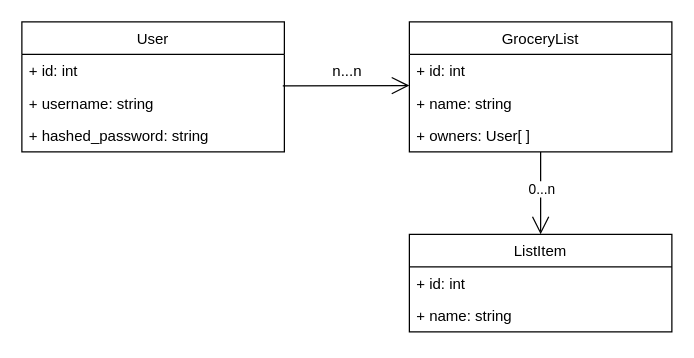
PBSW/Databases-For-Developers-Synopsis keeps this draw.io diagram as Domain/Domain UML.drawio. Above is the earlier version. Source tidied: cells renumbered, new cells numbered last; positions are measured from the earlier drawing's top-left corner, leaving out a move shared by most shapes. Both pictures are drawn from the tidied source at 125%, with x=0, y=0 at pixel (21, 21).
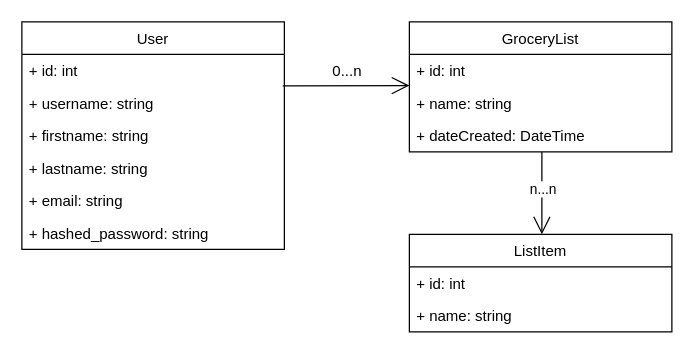
The same diagram, later.

Unchanged cells that the change refers to:
```xml
<mxCell id="6" value="GroceryList" style="swimlane;fontStyle=0;horizontal=1;startSize=26;fillColor=none;" parent="1" vertex="1">
  <mxGeometry x="310" width="210" height="104" as="geometry" />
</mxCell>
<mxCell id="12" value="ListItem" style="swimlane;fontStyle=0;horizontal=1;startSize=26;fillColor=none;" parent="1" vertex="1">
  <mxGeometry x="310" y="170" width="210" height="78" as="geometry" />
</mxCell>
```

Diff of the diagram source:
```diff
@@
     <mxCell id="2" value="User" style="swimlane;fontStyle=0;horizontal=1;startSize=26;fillColor=none;" parent="1" vertex="1">
-      <mxGeometry width="210" height="104" as="geometry" />
+      <mxGeometry width="210" height="182" as="geometry" />
     </mxCell>
@@
+    <mxCell id="17" value="+ firstname: string" style="text;strokeColor=none;fillColor=none;align=left;verticalAlign=top;spacingLeft=4;spacingRight=4;overflow=hidden;" parent="2" vertex="1">
+      <mxGeometry y="78" width="210" height="26" as="geometry" />
+    </mxCell>
+    <mxCell id="18" value="+ lastname: string" style="text;strokeColor=none;fillColor=none;align=left;verticalAlign=top;spacingLeft=4;spacingRight=4;overflow=hidden;" parent="2" vertex="1">
+      <mxGeometry y="104" width="210" height="26" as="geometry" />
+    </mxCell>
+    <mxCell id="19" value="+ email: string" style="text;strokeColor=none;fillColor=none;align=left;verticalAlign=top;spacingLeft=4;spacingRight=4;overflow=hidden;" parent="2" vertex="1">
+      <mxGeometry y="130" width="210" height="26" as="geometry" />
+    </mxCell>
     <mxCell id="5" value="+ hashed_password: string" style="text;strokeColor=none;fillColor=none;align=left;verticalAlign=top;spacingLeft=4;spacingRight=4;overflow=hidden;" parent="2" vertex="1">
-      <mxGeometry y="78" width="210" height="26" as="geometry" />
+      <mxGeometry y="156" width="210" height="26" as="geometry" />
     </mxCell>
@@
-    <mxCell id="9" value="+ owners: User[ ]" style="text;strokeColor=none;fillColor=none;align=left;verticalAlign=top;spacingLeft=4;spacingRight=4;overflow=hidden;" parent="6" vertex="1">
+    <mxCell id="9" value="+ dateCreated: DateTime" style="text;strokeColor=none;fillColor=none;align=left;verticalAlign=top;spacingLeft=4;spacingRight=4;overflow=hidden;" parent="6" vertex="1">
       <mxGeometry y="78" width="210" height="26" as="geometry" />
     </mxCell>
@@
-    <mxCell id="11" value="n...n" style="text;html=1;align=center;verticalAlign=middle;strokeColor=none;fillColor=none;" parent="1" vertex="1">
+    <mxCell id="11" value="0...n" style="text;html=1;align=center;verticalAlign=middle;strokeColor=none;fillColor=none;" parent="1" vertex="1">
       <mxGeometry x="240" y="30" width="40" height="20" as="geometry" />
     </mxCell>
@@
-    <mxCell id="15" style="endArrow=open;endFill=1;endSize=12;html=1;rounded=0;align=center;entryX=0.5;entryY=0;entryDx=0;entryDy=0;exitX=0.5;exitY=1;exitDx=0;exitDy=0;" parent="1" edge="1" source="6" target="12">
-      <mxGeometry relative="1" as="geometry" />
+    <mxCell id="15" style="endArrow=open;endFill=1;endSize=12;html=1;rounded=0;align=center;entryX=0.5;entryY=0;entryDx=0;entryDy=0;exitX=0.5;exitY=1;exitDx=0;exitDy=0;" parent="1" edge="1">
+      <mxGeometry relative="1" as="geometry">
+        <mxPoint x="416" y="104" as="sourcePoint" />
+        <mxPoint x="416" y="170" as="targetPoint" />
+      </mxGeometry>
     </mxCell>
-    <mxCell id="16" value="0...n" style="edgeLabel;html=1;align=center;verticalAlign=middle;" parent="15" vertex="1">
+    <mxCell id="16" value="n...n" style="edgeLabel;html=1;align=center;verticalAlign=middle;" parent="15" vertex="1">
       <mxGeometry x="-0.13" relative="1" as="geometry" />
     </mxCell>
```
